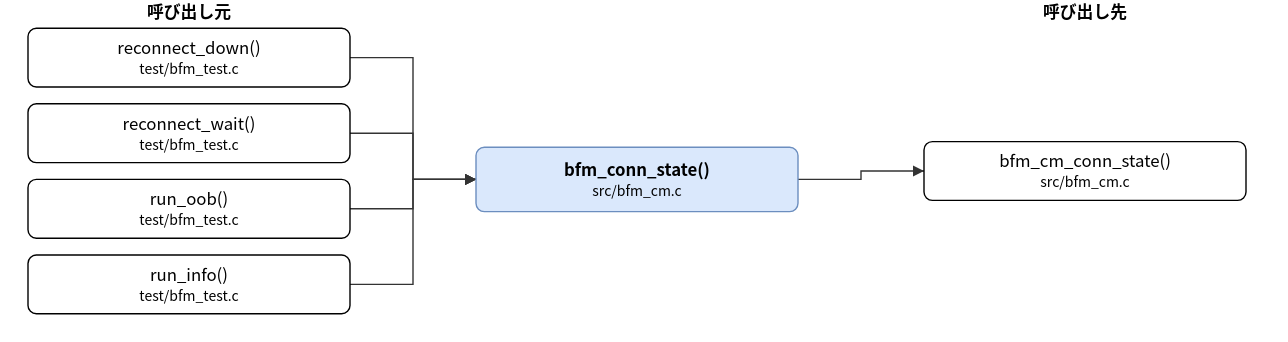
Before: doc/spec/images/call_src_bfm_cm-bfm_conn_state.drawio.svg, a diagram exported from draw.io (hf355051012-ai/bfmem). Source tidied: cells renumbered, new cells last; positions are measured from the earlier drawing's top-left corner, leaving out a move shared by most shapes.
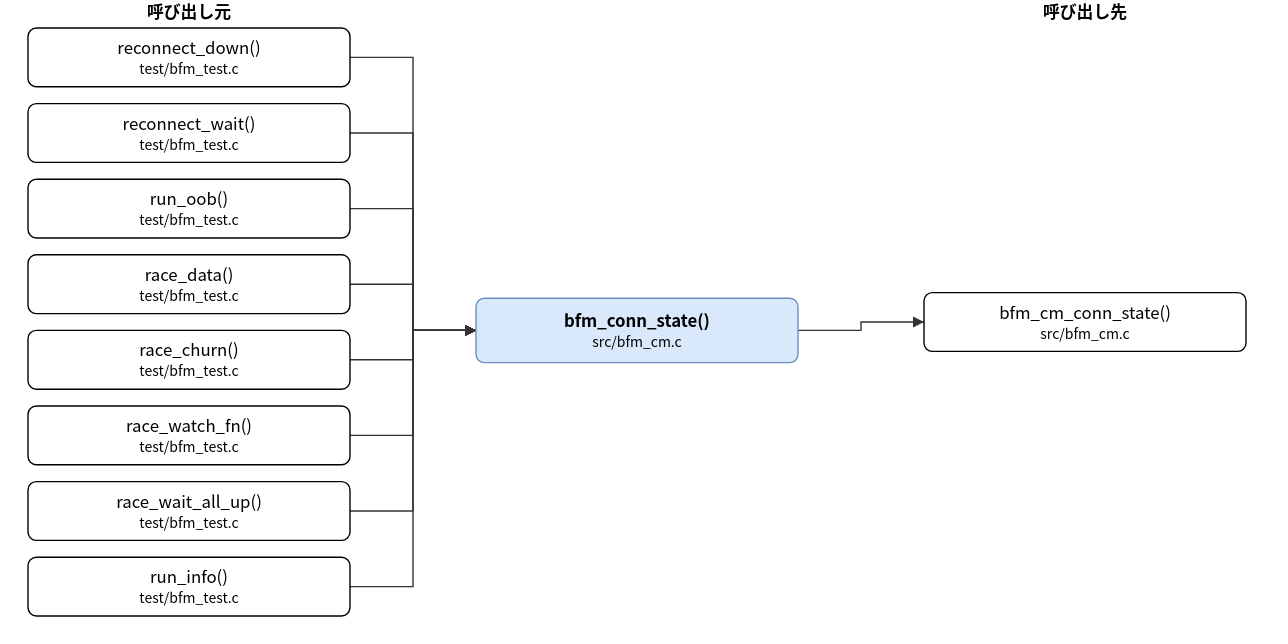
After the commit.

Diff of the diagram source:
```diff
@@ -3,7 +3,7 @@
     <mxCell id="0" />
     <mxCell id="1" parent="0" />
     <mxCell id="2" value="bfm_conn_state()&lt;br&gt;&lt;font style=&quot;font-size:10px&quot;&gt;src/bfm_cm.c&lt;/font&gt;" style="rounded=1;whiteSpace=wrap;html=1;fillColor=#dae8fc;strokeColor=#6c8ebf;fontStyle=1;" parent="1" vertex="1">
-      <mxGeometry x="320" y="105" width="230" height="46" as="geometry" />
+      <mxGeometry x="320" y="213" width="230" height="46" as="geometry" />
     </mxCell>
     <mxCell id="3" value="reconnect_down()&lt;br&gt;&lt;font style=&quot;font-size:10px&quot;&gt;test/bfm_test.c&lt;/font&gt;" style="rounded=1;whiteSpace=wrap;html=1;" parent="1" vertex="1">
       <mxGeometry y="20" width="230" height="42" as="geometry" />
@@ -14,17 +14,29 @@
     <mxCell id="5" value="run_oob()&lt;br&gt;&lt;font style=&quot;font-size:10px&quot;&gt;test/bfm_test.c&lt;/font&gt;" style="rounded=1;whiteSpace=wrap;html=1;" parent="1" vertex="1">
       <mxGeometry y="128" width="230" height="42" as="geometry" />
     </mxCell>
-    <mxCell id="6" value="run_info()&lt;br&gt;&lt;font style=&quot;font-size:10px&quot;&gt;test/bfm_test.c&lt;/font&gt;" style="rounded=1;whiteSpace=wrap;html=1;" parent="1" vertex="1">
+    <mxCell id="6" value="race_data()&lt;br&gt;&lt;font style=&quot;font-size:10px&quot;&gt;test/bfm_test.c&lt;/font&gt;" style="rounded=1;whiteSpace=wrap;html=1;" parent="1" vertex="1">
       <mxGeometry y="182" width="230" height="42" as="geometry" />
     </mxCell>
+    <mxCell id="15" value="race_churn()&lt;br&gt;&lt;font style=&quot;font-size:10px&quot;&gt;test/bfm_test.c&lt;/font&gt;" style="rounded=1;whiteSpace=wrap;html=1;" parent="1" vertex="1">
+      <mxGeometry y="236" width="230" height="42" as="geometry" />
+    </mxCell>
+    <mxCell id="16" value="race_watch_fn()&lt;br&gt;&lt;font style=&quot;font-size:10px&quot;&gt;test/bfm_test.c&lt;/font&gt;" style="rounded=1;whiteSpace=wrap;html=1;" parent="1" vertex="1">
+      <mxGeometry y="290" width="230" height="42" as="geometry" />
+    </mxCell>
+    <mxCell id="17" value="race_wait_all_up()&lt;br&gt;&lt;font style=&quot;font-size:10px&quot;&gt;test/bfm_test.c&lt;/font&gt;" style="rounded=1;whiteSpace=wrap;html=1;" parent="1" vertex="1">
+      <mxGeometry y="344" width="230" height="42" as="geometry" />
+    </mxCell>
+    <mxCell id="18" value="run_info()&lt;br&gt;&lt;font style=&quot;font-size:10px&quot;&gt;test/bfm_test.c&lt;/font&gt;" style="rounded=1;whiteSpace=wrap;html=1;" parent="1" vertex="1">
+      <mxGeometry y="398" width="230" height="42" as="geometry" />
+    </mxCell>
     <mxCell id="7" value="bfm_cm_conn_state()&lt;br&gt;&lt;font style=&quot;font-size:10px&quot;&gt;src/bfm_cm.c&lt;/font&gt;" style="rounded=1;whiteSpace=wrap;html=1;" parent="1" vertex="1">
-      <mxGeometry x="640" y="101" width="230" height="42" as="geometry" />
+      <mxGeometry x="640" y="209" width="230" height="42" as="geometry" />
     </mxCell>
     <mxCell id="8" style="edgeStyle=none;html=1;rounded=0;endArrow=block;endFill=1;exitX=1.0000;exitY=0.5000;exitDx=0;exitDy=0;exitPerimeter=0;entryX=0.0000;entryY=0.5000;entryDx=0;entryDy=0;entryPerimeter=0;" parent="1" edge="1" source="3" target="2">
       <mxGeometry relative="1" as="geometry">
         <Array as="points">
           <mxPoint x="275" y="41" />
-          <mxPoint x="275" y="128" />
+          <mxPoint x="275" y="236" />
         </Array>
       </mxGeometry>
     </mxCell>
@@ -32,7 +44,7 @@
       <mxGeometry relative="1" as="geometry">
         <Array as="points">
           <mxPoint x="275" y="95" />
-          <mxPoint x="275" y="128" />
+          <mxPoint x="275" y="236" />
         </Array>
       </mxGeometry>
     </mxCell>
@@ -40,7 +52,7 @@
       <mxGeometry relative="1" as="geometry">
         <Array as="points">
           <mxPoint x="275" y="149" />
-          <mxPoint x="275" y="128" />
+          <mxPoint x="275" y="236" />
         </Array>
       </mxGeometry>
     </mxCell>
@@ -48,18 +60,50 @@
       <mxGeometry relative="1" as="geometry">
         <Array as="points">
           <mxPoint x="275" y="203" />
-          <mxPoint x="275" y="128" />
+          <mxPoint x="275" y="236" />
         </Array>
       </mxGeometry>
     </mxCell>
-    <mxCell id="12" style="edgeStyle=none;html=1;rounded=0;endArrow=block;endFill=1;exitX=1.0000;exitY=0.5000;exitDx=0;exitDy=0;exitPerimeter=0;entryX=0.0000;entryY=0.5000;entryDx=0;entryDy=0;entryPerimeter=0;" parent="1" edge="1" source="2" target="7">
+    <mxCell id="12" style="edgeStyle=none;html=1;rounded=0;endArrow=block;endFill=1;exitX=1.0000;exitY=0.5000;exitDx=0;exitDy=0;exitPerimeter=0;entryX=0.0000;entryY=0.5000;entryDx=0;entryDy=0;entryPerimeter=0;" parent="1" edge="1" source="15" target="2">
       <mxGeometry relative="1" as="geometry">
         <Array as="points">
-          <mxPoint x="595" y="128" />
-          <mxPoint x="595" y="122" />
+          <mxPoint x="275" y="257" />
+          <mxPoint x="275" y="236" />
         </Array>
       </mxGeometry>
     </mxCell>
+    <mxCell id="19" style="edgeStyle=none;html=1;rounded=0;endArrow=block;endFill=1;exitX=1.0000;exitY=0.5000;exitDx=0;exitDy=0;exitPerimeter=0;entryX=0.0000;entryY=0.5000;entryDx=0;entryDy=0;entryPerimeter=0;" parent="1" edge="1" source="16" target="2">
+      <mxGeometry relative="1" as="geometry">
+        <Array as="points">
+          <mxPoint x="275" y="311" />
+          <mxPoint x="275" y="236" />
+        </Array>
+      </mxGeometry>
+    </mxCell>
+    <mxCell id="20" style="edgeStyle=none;html=1;rounded=0;endArrow=block;endFill=1;exitX=1.0000;exitY=0.5000;exitDx=0;exitDy=0;exitPerimeter=0;entryX=0.0000;entryY=0.5000;entryDx=0;entryDy=0;entryPerimeter=0;" parent="1" edge="1" source="17" target="2">
+      <mxGeometry relative="1" as="geometry">
+        <Array as="points">
+          <mxPoint x="275" y="365" />
+          <mxPoint x="275" y="236" />
+        </Array>
+      </mxGeometry>
+    </mxCell>
+    <mxCell id="21" style="edgeStyle=none;html=1;rounded=0;endArrow=block;endFill=1;exitX=1.0000;exitY=0.5000;exitDx=0;exitDy=0;exitPerimeter=0;entryX=0.0000;entryY=0.5000;entryDx=0;entryDy=0;entryPerimeter=0;" parent="1" edge="1" source="18" target="2">
+      <mxGeometry relative="1" as="geometry">
+        <Array as="points">
+          <mxPoint x="275" y="419" />
+          <mxPoint x="275" y="236" />
+        </Array>
+      </mxGeometry>
+    </mxCell>
+    <mxCell id="22" style="edgeStyle=none;html=1;rounded=0;endArrow=block;endFill=1;exitX=1.0000;exitY=0.5000;exitDx=0;exitDy=0;exitPerimeter=0;entryX=0.0000;entryY=0.5000;entryDx=0;entryDy=0;entryPerimeter=0;" parent="1" edge="1" source="2" target="7">
+      <mxGeometry relative="1" as="geometry">
+        <Array as="points">
+          <mxPoint x="595" y="236" />
+          <mxPoint x="595" y="230" />
+        </Array>
+      </mxGeometry>
+    </mxCell>
     <mxCell id="13" value="呼び出し元" style="text;html=1;align=center;fontStyle=1;" parent="1" vertex="1">
       <mxGeometry x="35" width="160" height="18" as="geometry" />
     </mxCell>
```
